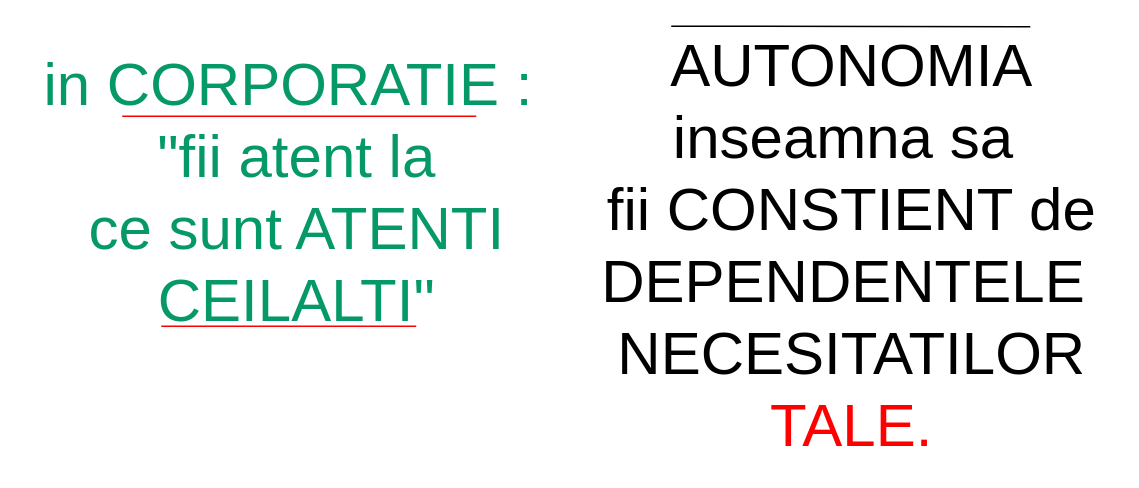
Above: 8E60BFC6-8683-42E4-B2E9-BDD2E13BA041_1_201_a.drawio.xml in sheeperoni/Diagrams (draw.io), before the change. Source tidied: cells renumbered, new cells numbered last; positions are measured from the earlier drawing's top-left corner, leaving out a move shared by most shapes. Both pictures are drawn from the tidied source at 150%, with x=0, y=0 at pixel (33, 26).
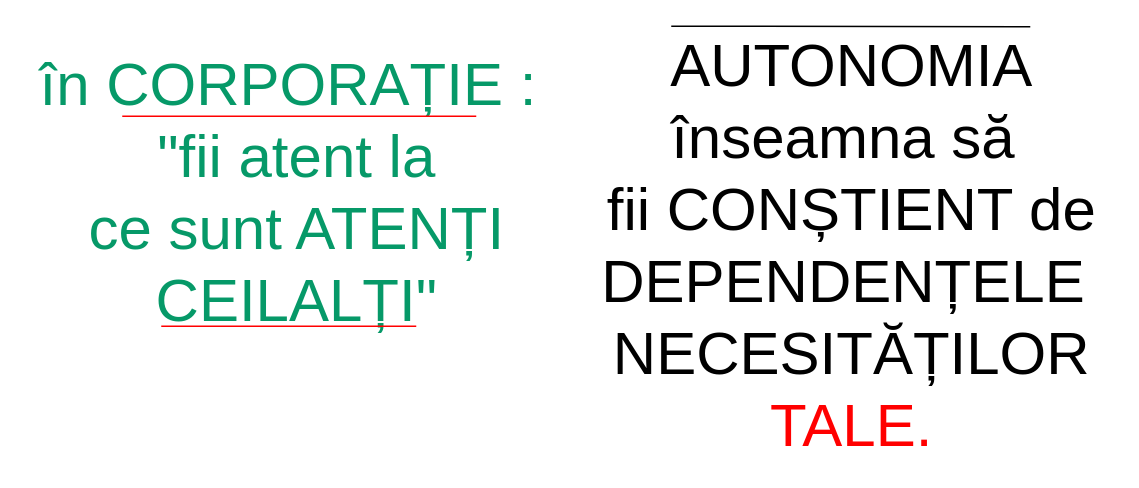
The same page after the edit.

Change to the diagram source:
```diff
@@
 <mxGraphModel>
   <root>
     <mxCell id="0" />
     <mxCell id="1" parent="0" />
-    <mxCell id="2" value="&lt;font style=&quot;font-size: 40px&quot; color=&quot;#069968&quot;&gt;in CORPORATIE :&amp;nbsp;&lt;br&gt;&quot;fii atent la&lt;br&gt;ce sunt ATENTI&lt;br&gt;CEILALTI&quot;&lt;br&gt;&lt;/font&gt;" style="text;html=1;align=center;verticalAlign=middle;strokeColor=none;fillColor=none;" parent="1" vertex="1">
-      <mxGeometry y="60" width="350" height="100" as="geometry" />
+    <mxCell id="2" value="&lt;font style=&quot;font-size: 40px&quot; color=&quot;#069968&quot;&gt;în CORPORAȚIE :&amp;nbsp;&lt;br&gt;&quot;fii atent la&lt;br&gt;ce sunt ATENȚI&lt;br&gt;CEILALȚI&quot;&lt;br&gt;&lt;/font&gt;" style="text;html=1;align=center;verticalAlign=middle;strokeColor=none;fillColor=none;" parent="1" vertex="1">
+      <mxGeometry x="-5" y="60" width="360" height="100" as="geometry" />
     </mxCell>
     <mxCell id="3" style="endArrow=none;html=1;rounded=0;fontSize=40;fontColor=#069968;strokeColor=#FF0000;" parent="1" edge="1">
       <mxGeometry relative="1" as="geometry">
         <mxPoint x="59" y="60" as="sourcePoint" />
         <mxPoint x="295" y="60" as="targetPoint" />
       </mxGeometry>
     </mxCell>
     <mxCell id="4" style="endArrow=none;html=1;rounded=0;fontSize=40;fontColor=#069968;strokeColor=#FF0000;" parent="1" edge="1">
       <mxGeometry relative="1" as="geometry">
         <mxPoint x="85" y="200" as="sourcePoint" />
         <mxPoint x="255" y="200" as="targetPoint" />
       </mxGeometry>
     </mxCell>
-    <mxCell id="5" value="&lt;font color=&quot;#000000&quot;&gt;AUTONOMIA&lt;/font&gt;&lt;br&gt;&lt;font color=&quot;#000000&quot;&gt;inseamna sa&amp;nbsp;&lt;/font&gt;&lt;br&gt;&lt;font color=&quot;#000000&quot;&gt;fii CONSTIENT de&lt;/font&gt;&lt;br&gt;&lt;font color=&quot;#000000&quot;&gt;DEPENDENTELE&amp;nbsp;&lt;/font&gt;&lt;br&gt;&lt;font color=&quot;#000000&quot;&gt;NECESITATILOR&lt;/font&gt;&lt;br&gt;&lt;font color=&quot;#ff0000&quot;&gt;TALE.&lt;/font&gt;" style="text;html=1;align=center;verticalAlign=middle;points=[];strokeColor=none;fillColor=none;fontSize=40;fontColor=#069968;" parent="1" vertex="1">
+    <mxCell id="5" value="&lt;font color=&quot;#000000&quot;&gt;AUTONOMIA&lt;/font&gt;&lt;br&gt;&lt;font color=&quot;#000000&quot;&gt;înseamna să&amp;nbsp;&lt;/font&gt;&lt;br&gt;&lt;font color=&quot;#000000&quot;&gt;fii CONȘTIENT de&lt;/font&gt;&lt;br&gt;&lt;font color=&quot;#000000&quot;&gt;DEPENDENȚELE&amp;nbsp;&lt;/font&gt;&lt;br&gt;&lt;font color=&quot;#000000&quot;&gt;NECESITĂȚILOR&lt;/font&gt;&lt;br&gt;&lt;font color=&quot;#ff0000&quot;&gt;TALE.&lt;/font&gt;" style="text;html=1;align=center;verticalAlign=middle;points=[];strokeColor=none;fillColor=none;fontSize=40;fontColor=#069968;" parent="1" vertex="1">
       <mxGeometry x="370" width="350" height="290" as="geometry" />
     </mxCell>
     <mxCell id="6" style="endArrow=none;html=1;rounded=0;fontSize=40;fontColor=#FF0000;strokeColor=#000000;entryX=0.841;entryY=0.001;entryDx=0;entryDy=0;entryPerimeter=0;" parent="1" edge="1" target="5">
       <mxGeometry relative="1" as="geometry">
         <mxPoint x="425" as="sourcePoint" />
       </mxGeometry>
     </mxCell>
   </root>
 </mxGraphModel>
```
